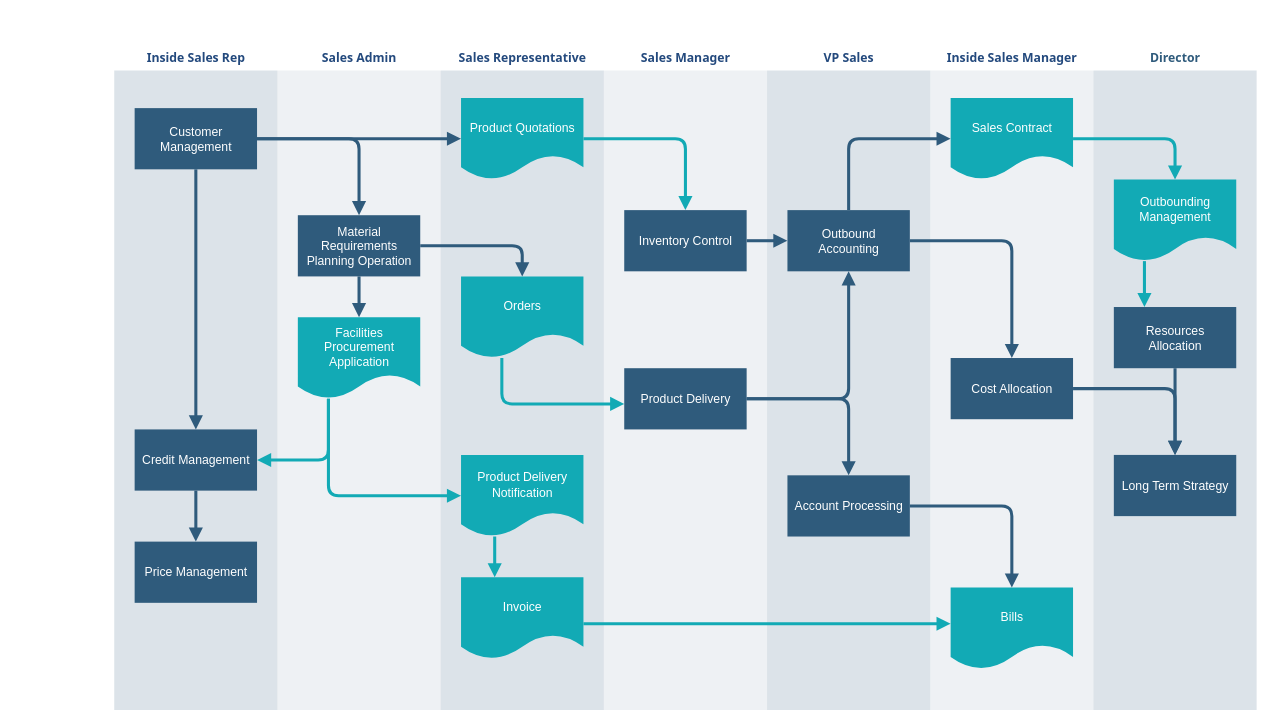
Above: Fluxograma para o desenvolvimentoda formação  .drawio in RosianeSangali/RosianeSangali (draw.io), before the change. Source tidied: cells renumbered, new cells numbered last; positions are measured from the earlier drawing's top-left corner, leaving out a move shared by most shapes. Both pictures are drawn from the tidied source at 102%, with x=0, y=0 at pixel (113, 46). Pictures stored in the file or linked from it are replaced by grey dashed boxes.
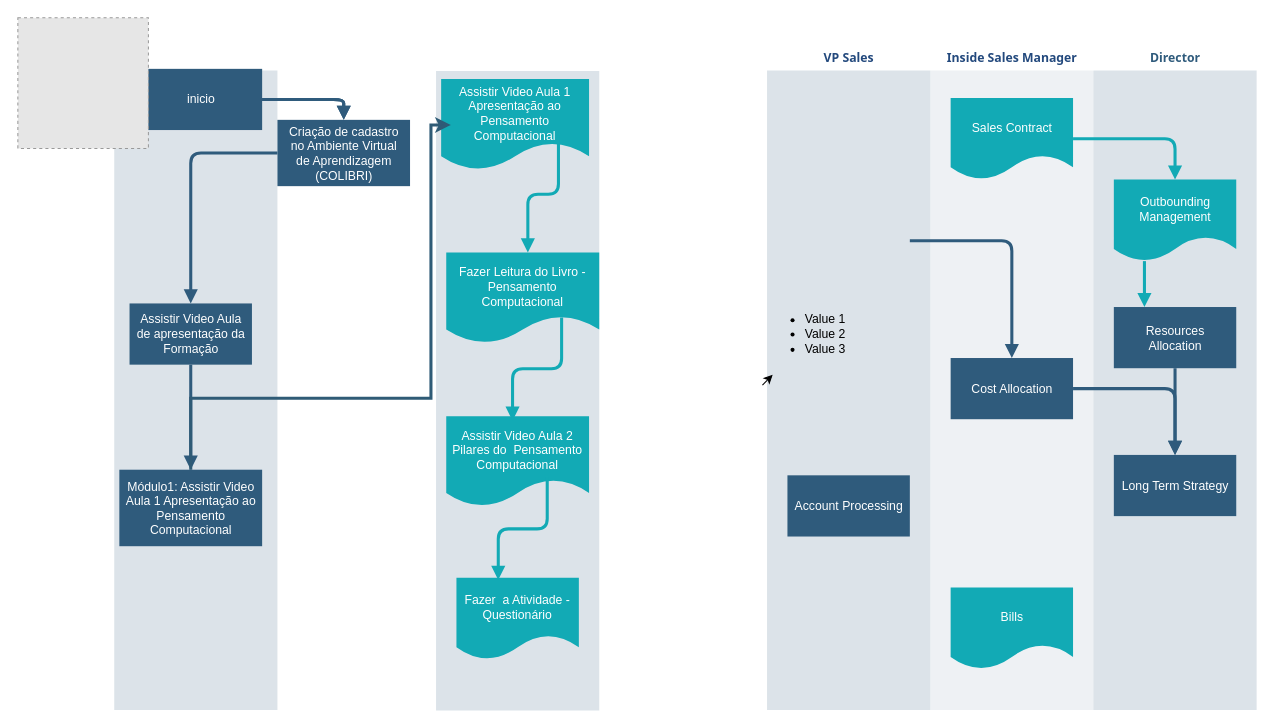
After the change.

The change refers to these unchanged cells:
```xml
<mxCell id="9" value="Sales Contract" style="shape=document;whiteSpace=wrap;verticalAlign=middle;strokeColor=none;fillColor=#12aab5;shadow=0;fontColor=#FFFFFF;fontFamily=Helvetica;fontStyle=0;html=1;fontSize=12;spacing=6;spacingBottom=22;" parent="8" vertex="1">
  <mxGeometry x="20" y="50" width="120" height="80" as="geometry" />
</mxCell>
<mxCell id="10" value="Bills" style="shape=document;whiteSpace=wrap;verticalAlign=middle;strokeColor=none;fillColor=#12aab5;shadow=0;fontColor=#FFFFFF;fontFamily=Helvetica;fontStyle=0;html=1;fontSize=12;spacing=6;spacingBottom=22;" parent="8" vertex="1">
  <mxGeometry x="20" y="530" width="120" height="80" as="geometry" />
</mxCell>
<mxCell id="11" value="Cost Allocation" style="whiteSpace=wrap;strokeColor=none;fillColor=#2f5b7c;shadow=0;fontColor=#FFFFFF;fontFamily=Helvetica;fontStyle=0;html=1;fontSize=12;spacing=6;verticalAlign=middle;" parent="8" vertex="1">
  <mxGeometry x="20" y="305" width="120" height="60" as="geometry" />
</mxCell>
<mxCell id="12" value="&lt;font color=&quot;#23497d&quot;&gt;VP Sales&lt;/font&gt;" style="swimlane;whiteSpace=wrap;fillColor=none;swimlaneFillColor=#BAC8D3;fontColor=#2F5B7C;fontFamily=Tahoma;html=1;strokeColor=none;opacity=50;" parent="1" vertex="1">
  <mxGeometry x="640.5" y="0.5" width="160" height="650" as="geometry" />
</mxCell>
<mxCell id="14" value="Account Processing" style="whiteSpace=wrap;strokeColor=none;fillColor=#2f5b7c;shadow=0;fontColor=#FFFFFF;fontFamily=Helvetica;fontStyle=0;html=1;fontSize=12;spacing=6;verticalAlign=middle;" parent="12" vertex="1">
  <mxGeometry x="20" y="420" width="120" height="60" as="geometry" />
</mxCell>
```

What changed in the source:
```diff
@@
-    <mxCell id="2" value="&lt;font color=&quot;#23497d&quot;&gt;Inside Sales Rep&lt;/font&gt;" style="swimlane;whiteSpace=wrap;fillColor=none;swimlaneFillColor=#BAC8D3;fontColor=#2F5B7C;fontFamily=Tahoma;html=1;strokeColor=none;opacity=50;" parent="1" vertex="1">
+    <mxCell id="2" style="swimlane;whiteSpace=wrap;fillColor=none;swimlaneFillColor=#BAC8D3;fontColor=#2F5B7C;fontFamily=Tahoma;html=1;strokeColor=none;opacity=50;startSize=23;" parent="1" vertex="1">
       <mxGeometry x="0.5" y="0.5" width="160" height="650" as="geometry" />
     </mxCell>
-    <mxCell id="3" value="Customer Management" style="whiteSpace=wrap;shadow=0;fontColor=#FFFFFF;fontFamily=Helvetica;fontStyle=0;html=1;fontSize=12;plain-purple;strokeColor=none;fillColor=#2f5b7c;gradientColor=none;spacing=6;verticalAlign=middle;" parent="2" vertex="1">
-      <mxGeometry x="20" y="60" width="120" height="60" as="geometry" />
+    <mxCell id="3" value="inicio" style="whiteSpace=wrap;shadow=0;fontColor=#FFFFFF;fontFamily=Helvetica;fontStyle=0;html=1;fontSize=12;plain-purple;strokeColor=none;fillColor=#2f5b7c;gradientColor=none;spacing=6;verticalAlign=middle;" parent="2" vertex="1">
+      <mxGeometry x="25" y="21.5" width="120" height="60" as="geometry" />
     </mxCell>
-    <mxCell id="4" value="Credit Management" style="whiteSpace=wrap;strokeColor=none;fillColor=#2f5b7c;shadow=0;fontColor=#FFFFFF;fontFamily=Helvetica;fontStyle=0;html=1;fontSize=12;spacing=6;verticalAlign=middle;" parent="2" vertex="1">
-      <mxGeometry x="20" y="375" width="120" height="60" as="geometry" />
+    <mxCell id="4" value="Assistir Video Aula de apresentação da Formação" style="whiteSpace=wrap;strokeColor=none;fillColor=#2f5b7c;shadow=0;fontColor=#FFFFFF;fontFamily=Helvetica;fontStyle=0;html=1;fontSize=12;spacing=6;verticalAlign=middle;" parent="2" vertex="1">
+      <mxGeometry x="15" y="251.5" width="120" height="60" as="geometry" />
     </mxCell>
-    <mxCell id="5" value="Price Management" style="whiteSpace=wrap;strokeColor=none;fillColor=#2f5b7c;shadow=0;fontColor=#FFFFFF;fontFamily=Helvetica;fontStyle=0;html=1;fontSize=12;spacing=6;verticalAlign=middle;" parent="2" vertex="1">
-      <mxGeometry x="20" y="485" width="120" height="60" as="geometry" />
+    <mxCell id="5" value="Módulo1: Assistir Video Aula 1 Apresentação ao Pensamento Computacional" style="whiteSpace=wrap;strokeColor=none;fillColor=#2f5b7c;shadow=0;fontColor=#FFFFFF;fontFamily=Helvetica;fontStyle=0;html=1;fontSize=12;spacing=6;verticalAlign=middle;" parent="2" vertex="1">
+      <mxGeometry x="5" y="414.5" width="140" height="75" as="geometry" />
     </mxCell>
@@
-    <mxCell id="7" style="edgeStyle=segmentEdgeStyle;strokeColor=#2F5B7C;strokeWidth=3;html=1;endArrow=block;endFill=1;" parent="2" edge="1" source="3" target="4">
-      <mxGeometry relative="1" as="geometry" />
-    </mxCell>
@@
-    <mxCell id="13" value="Outbound Accounting" style="whiteSpace=wrap;fillColor=#2f5b7c;strokeColor=none;shadow=0;fontColor=#FFFFFF;fontFamily=Helvetica;fontStyle=0;html=1;fontSize=12;spacing=6;verticalAlign=middle;" parent="12" vertex="1">
-      <mxGeometry x="20" y="160" width="120" height="60" as="geometry" />
-    </mxCell>
@@
-    <mxCell id="15" value="&lt;font color=&quot;#23497d&quot;&gt;Sales Admin&lt;/font&gt;" style="swimlane;whiteSpace=wrap;fillColor=none;swimlaneFillColor=#BAC8D3;fontColor=#2F5B7C;fontFamily=Tahoma;html=1;strokeColor=none;opacity=25;" parent="1" vertex="1">
-      <mxGeometry x="160.5" y="0.5" width="160" height="650" as="geometry" />
-    </mxCell>
-    <mxCell id="16" value="Material Requirements Planning Operation" style="whiteSpace=wrap;shadow=0;fontColor=#FFFFFF;fontFamily=Helvetica;fontStyle=0;html=1;fontSize=12;plain-purple;strokeColor=none;fillColor=#2f5b7c;gradientColor=none;spacing=6;verticalAlign=middle;" parent="15" vertex="1">
-      <mxGeometry x="20" y="165" width="120" height="60" as="geometry" />
-    </mxCell>
-    <mxCell id="17" value="&lt;font color=&quot;#ffffff&quot;&gt;Facilities Procurement&lt;br&gt;Application&lt;/font&gt;&lt;br&gt; " style="shape=document;whiteSpace=wrap;verticalAlign=middle;strokeColor=none;fillColor=#12aab5;shadow=0;fontColor=#FFFFFF;fontFamily=Helvetica;fontStyle=0;html=1;fontSize=12;spacing=6;spacingBottom=22;" parent="15" vertex="1">
-      <mxGeometry x="20" y="265" width="120" height="80" as="geometry" />
-    </mxCell>
-    <mxCell id="18" style="edgeStyle=segmentEdgeStyle;strokeColor=#2F5B7C;strokeWidth=3;html=1;endArrow=block;endFill=1;" parent="15" edge="1" source="16" target="17">
-      <mxGeometry relative="1" as="geometry" />
-    </mxCell>
-    <mxCell id="19" value="&lt;font color=&quot;#23497d&quot;&gt;Sales Representative&lt;/font&gt;" style="swimlane;whiteSpace=wrap;fillColor=none;swimlaneFillColor=#BAC8D3;fontColor=#2F5B7C;fontFamily=Tahoma;html=1;strokeColor=none;opacity=50;" parent="1" vertex="1">
-      <mxGeometry x="320.5" y="0.5" width="160" height="650" as="geometry" />
+    <mxCell id="19" style="swimlane;whiteSpace=wrap;fillColor=none;swimlaneFillColor=#BAC8D3;fontColor=#2F5B7C;fontFamily=Tahoma;html=1;strokeColor=none;opacity=50;" parent="1" vertex="1">
+      <mxGeometry x="316" y="1" width="160" height="650" as="geometry" />
     </mxCell>
-    <mxCell id="20" value="Product Quotations" style="shape=document;whiteSpace=wrap;verticalAlign=middle;strokeColor=none;fillColor=#12aab5;shadow=0;fontColor=#FFFFFF;fontFamily=Helvetica;fontStyle=0;html=1;fontSize=12;spacing=6;spacingBottom=22;" parent="19" vertex="1">
-      <mxGeometry x="20" y="50" width="120" height="80" as="geometry" />
+    <mxCell id="20" value="Assistir Video Aula 1 Apresentação ao Pensamento Computacional" style="shape=document;whiteSpace=wrap;verticalAlign=middle;strokeColor=none;fillColor=#12aab5;shadow=0;fontColor=#FFFFFF;fontFamily=Helvetica;fontStyle=0;html=1;fontSize=12;spacing=6;spacingBottom=22;" parent="19" vertex="1">
+      <mxGeometry x="5" y="31" width="145" height="89" as="geometry" />
     </mxCell>
-    <mxCell id="21" value="Orders" style="shape=document;whiteSpace=wrap;verticalAlign=middle;strokeColor=none;fillColor=#12aab5;shadow=0;fontColor=#FFFFFF;fontFamily=Helvetica;fontStyle=0;html=1;fontSize=12;spacing=6;spacingBottom=22;" parent="19" vertex="1">
-      <mxGeometry x="20" y="225" width="120" height="80" as="geometry" />
+    <mxCell id="21" value="Fazer Leitura do Livro -Pensamento Computacional" style="shape=document;whiteSpace=wrap;verticalAlign=middle;strokeColor=none;fillColor=#12aab5;shadow=0;fontColor=#FFFFFF;fontFamily=Helvetica;fontStyle=0;html=1;fontSize=12;spacing=6;spacingBottom=22;" parent="19" vertex="1">
+      <mxGeometry x="10" y="201" width="150" height="89" as="geometry" />
     </mxCell>
-    <mxCell id="22" value="Product Delivery Notification" style="shape=document;whiteSpace=wrap;strokeColor=none;fillColor=#12aab5;shadow=0;fontColor=#FFFFFF;fontFamily=Helvetica;fontStyle=0;html=1;fontSize=12;verticalAlign=middle;spacing=6;spacingBottom=22;" parent="19" vertex="1">
-      <mxGeometry x="20" y="400" width="120" height="80" as="geometry" />
+    <mxCell id="22" value="Assistir Video Aula 2 Pilares do&amp;nbsp; Pensamento Computacional" style="shape=document;whiteSpace=wrap;strokeColor=none;fillColor=#12aab5;shadow=0;fontColor=#FFFFFF;fontFamily=Helvetica;fontStyle=0;html=1;fontSize=12;verticalAlign=middle;spacing=6;spacingBottom=22;" parent="19" vertex="1">
+      <mxGeometry x="10" y="361.5" width="140" height="88.5" as="geometry" />
     </mxCell>
-    <mxCell id="23" value="Invoice" style="shape=document;whiteSpace=wrap;verticalAlign=middle;strokeColor=none;fillColor=#12aab5;shadow=0;fontColor=#FFFFFF;fontFamily=Helvetica;fontStyle=0;html=1;fontSize=12;spacing=6;spacingBottom=22;" parent="19" vertex="1">
+    <mxCell id="23" value="Fazer&amp;nbsp; a Atividade -Questionário" style="shape=document;whiteSpace=wrap;verticalAlign=middle;strokeColor=none;fillColor=#12aab5;shadow=0;fontColor=#FFFFFF;fontFamily=Helvetica;fontStyle=0;html=1;fontSize=12;spacing=6;spacingBottom=22;" parent="19" vertex="1">
       <mxGeometry x="20" y="520" width="120" height="80" as="geometry" />
     </mxCell>
-    <mxCell id="24" style="edgeStyle=segmentEdgeStyle;strokeColor=#12AAB5;strokeWidth=3;html=1;endArrow=block;endFill=1;" parent="19" edge="1" source="22" target="23">
-      <mxGeometry relative="1" as="geometry">
-        <Array as="points">
-          <mxPoint x="53" y="501" />
-          <mxPoint x="53" y="501" />
-        </Array>
-      </mxGeometry>
-    </mxCell>
-    <mxCell id="25" value="&lt;font color=&quot;#23497d&quot;&gt;Sales Manager&lt;/font&gt;" style="swimlane;whiteSpace=wrap;fillColor=none;swimlaneFillColor=#BAC8D3;fontColor=#2F5B7C;fontFamily=Tahoma;html=1;strokeColor=none;opacity=25;" parent="1" vertex="1">
-      <mxGeometry x="480.5" y="0.5" width="160" height="650" as="geometry" />
-    </mxCell>
-    <mxCell id="26" value="Inventory Control" style="whiteSpace=wrap;strokeColor=none;fillColor=#2f5b7c;shadow=0;fontColor=#FFFFFF;fontFamily=Helvetica;fontStyle=0;html=1;fontSize=12;spacing=6;verticalAlign=middle;" parent="25" vertex="1">
-      <mxGeometry x="20" y="160" width="120" height="60" as="geometry" />
-    </mxCell>
-    <mxCell id="27" value="Product Delivery" style="whiteSpace=wrap;strokeColor=none;fillColor=#2f5b7c;shadow=0;fontColor=#FFFFFF;fontFamily=Helvetica;fontStyle=0;html=1;fontSize=12;spacing=6;verticalAlign=middle;" parent="25" vertex="1">
-      <mxGeometry x="20" y="315" width="120" height="60" as="geometry" />
-    </mxCell>
+    <mxCell id="50" style="edgeStyle=elbowEdgeStyle;elbow=vertical;strokeColor=#12AAB5;strokeWidth=3;html=1;endArrow=block;endFill=1;exitX=0.754;exitY=0.717;exitDx=0;exitDy=0;exitPerimeter=0;" parent="19" edge="1" source="21">
+      <mxGeometry x="144.5" y="534.5" as="geometry">
+        <mxPoint x="75" y="366" as="targetPoint" />
+      </mxGeometry>
+    </mxCell>
+    <mxCell id="51" style="edgeStyle=elbowEdgeStyle;elbow=vertical;strokeColor=#12AAB5;strokeWidth=3;html=1;endArrow=block;endFill=1;" parent="19" edge="1">
+      <mxGeometry x="144.5" y="534.5" as="geometry">
+        <mxPoint x="120" y="86" as="sourcePoint" />
+        <mxPoint x="90" y="201" as="targetPoint" />
+      </mxGeometry>
+    </mxCell>
+    <mxCell id="52" style="edgeStyle=elbowEdgeStyle;elbow=vertical;strokeColor=#12AAB5;strokeWidth=3;html=1;endArrow=block;endFill=1;exitX=0.754;exitY=0.717;exitDx=0;exitDy=0;exitPerimeter=0;" parent="19" edge="1">
+      <mxGeometry x="-195.5" y="445.5" as="geometry">
+        <mxPoint x="109" y="421" as="sourcePoint" />
+        <mxPoint x="61" y="522" as="targetPoint" />
+      </mxGeometry>
+    </mxCell>
@@
-    <mxCell id="34" style="edgeStyle=segmentEdgeStyle;strokeColor=#2F5B7C;strokeWidth=3;html=1;endArrow=block;endFill=1;" parent="1" edge="1" source="3" target="16">
-      <mxGeometry x="164.5" y="178.5" as="geometry" />
-    </mxCell>
-    <mxCell id="35" style="edgeStyle=segmentEdgeStyle;strokeColor=#12AAB5;strokeWidth=3;html=1;endArrow=block;endFill=1;" parent="1" edge="1" source="17" target="4">
-      <mxGeometry x="164.5" y="433.5" as="geometry">
-        <Array as="points">
-          <mxPoint x="210.5" y="405.5" />
-        </Array>
-      </mxGeometry>
-    </mxCell>
-    <mxCell id="36" style="edgeStyle=segmentEdgeStyle;strokeColor=#2F5B7C;strokeWidth=3;html=1;endArrow=block;endFill=1;" parent="1" edge="1" source="3" target="20">
-      <mxGeometry x="164.5" y="178.5" as="geometry" />
-    </mxCell>
-    <mxCell id="37" style="edgeStyle=segmentEdgeStyle;strokeColor=#12AAB5;strokeWidth=3;html=1;endArrow=block;endFill=1;" parent="1" edge="1" source="17" target="22">
-      <mxGeometry x="234.5" y="433.5" as="geometry">
-        <Array as="points">
-          <mxPoint x="210.5" y="440.5" />
-        </Array>
-      </mxGeometry>
-    </mxCell>
-    <mxCell id="38" style="edgeStyle=elbowEdgeStyle;elbow=vertical;strokeColor=#12AAB5;strokeWidth=3;html=1;endArrow=block;endFill=1;" parent="1" edge="1" source="23" target="10">
-      <mxGeometry x="484.5" y="623.5" as="geometry" />
-    </mxCell>
-    <mxCell id="39" style="edgeStyle=segmentEdgeStyle;strokeColor=#2F5B7C;strokeWidth=3;html=1;endArrow=block;endFill=1;" parent="1" edge="1" source="16" target="21">
-      <mxGeometry x="324.5" y="283.5" as="geometry" />
-    </mxCell>
-    <mxCell id="40" style="edgeStyle=segmentEdgeStyle;strokeColor=#12AAB5;strokeWidth=3;html=1;endArrow=block;endFill=1;" parent="1" edge="1" source="20" target="26">
-      <mxGeometry x="484.5" y="178.5" as="geometry" />
-    </mxCell>
-    <mxCell id="41" style="edgeStyle=none;strokeColor=#2F5B7C;strokeWidth=3;html=1;endArrow=block;endFill=1;" parent="1" edge="1" source="26" target="13">
-      <mxGeometry x="644.5" y="278.5" as="geometry" />
-    </mxCell>
-    <mxCell id="42" style="edgeStyle=segmentEdgeStyle;strokeColor=#12AAB5;strokeWidth=3;html=1;endArrow=block;endFill=1;" parent="1" edge="1" source="21" target="27">
-      <mxGeometry x="404.5" y="393.5" as="geometry">
-        <Array as="points">
-          <mxPoint x="380.5" y="350.5" />
-        </Array>
-      </mxGeometry>
-    </mxCell>
-    <mxCell id="43" style="edgeStyle=segmentEdgeStyle;strokeColor=#2F5B7C;strokeWidth=3;html=1;endArrow=block;endFill=1;" parent="1" edge="1" source="27" target="13">
-      <mxGeometry x="644.5" y="308.5" as="geometry" />
-    </mxCell>
-    <mxCell id="44" style="edgeStyle=segmentEdgeStyle;strokeColor=#2F5B7C;strokeWidth=3;html=1;endArrow=block;endFill=1;" parent="1" edge="1" source="27" target="14">
-      <mxGeometry x="644.5" y="433.5" as="geometry" />
-    </mxCell>
-    <mxCell id="45" style="edgeStyle=segmentEdgeStyle;strokeColor=#2F5B7C;strokeWidth=3;html=1;endArrow=block;endFill=1;" parent="1" edge="1" source="13" target="9">
-      <mxGeometry x="744.5" y="178.5" as="geometry">
-        <Array as="points">
-          <mxPoint x="720.5" y="90.5" />
-        </Array>
-      </mxGeometry>
-    </mxCell>
-    <mxCell id="46" style="edgeStyle=segmentEdgeStyle;strokeColor=#2F5B7C;strokeWidth=3;html=1;endArrow=block;endFill=1;" parent="1" edge="1" source="13" target="11">
-      <mxGeometry x="804.5" y="278.5" as="geometry" />
+    <mxCell id="46" style="edgeStyle=segmentEdgeStyle;strokeColor=#2F5B7C;strokeWidth=3;html=1;endArrow=block;endFill=1;" parent="1" edge="1" target="11">
+      <mxGeometry x="804.5" y="278.5" as="geometry">
+        <mxPoint x="780.5" y="190.5" as="sourcePoint" />
+      </mxGeometry>
     </mxCell>
-    <mxCell id="47" style="edgeStyle=segmentEdgeStyle;strokeColor=#2F5B7C;strokeWidth=3;html=1;endArrow=block;endFill=1;" parent="1" edge="1" source="14" target="10">
-      <mxGeometry x="804.5" y="538.5" as="geometry" />
-    </mxCell>
@@
+    <mxCell id="53" style="fillColor=#E6E6E6;strokeColor=#999999;dashed=1;verticalLabelPosition=bottom;labelBackgroundColor=default;verticalAlign=top;" parent="1" vertex="1">
+      <mxGeometry x="-94" y="-28" width="128" height="128" as="geometry" />
+    </mxCell>
+    <mxCell id="16" value="Criação de cadastro no Ambiente Virtual de Aprendizagem (COLIBRI)" style="whiteSpace=wrap;shadow=0;fontColor=#FFFFFF;fontFamily=Helvetica;fontStyle=0;html=1;fontSize=12;plain-purple;strokeColor=none;fillColor=#2f5b7c;gradientColor=none;spacing=6;verticalAlign=middle;" parent="1" vertex="1">
+      <mxGeometry x="160.5" y="72" width="130" height="65" as="geometry" />
+    </mxCell>
+    <mxCell id="34" style="edgeStyle=segmentEdgeStyle;strokeColor=#2F5B7C;strokeWidth=3;html=1;endArrow=block;endFill=1;" parent="1" edge="1" source="3" target="16">
+      <mxGeometry x="164.5" y="178.5" as="geometry" />
+    </mxCell>
+    <mxCell id="54" style="edgeStyle=segmentEdgeStyle;strokeColor=#2F5B7C;strokeWidth=3;html=1;endArrow=block;endFill=1;" parent="1" edge="1" source="3" target="16">
+      <mxGeometry relative="1" as="geometry" />
+    </mxCell>
+    <mxCell id="7" style="edgeStyle=segmentEdgeStyle;strokeColor=#2F5B7C;strokeWidth=3;html=1;endArrow=block;endFill=1;" parent="1" edge="1" source="16" target="4">
+      <mxGeometry relative="1" as="geometry" />
+    </mxCell>
+    <mxCell id="55" style="endArrow=classic;html=1;rounded=0;" parent="1" edge="1" target="56">
+      <mxGeometry relative="1" as="geometry">
+        <mxPoint x="636" y="332" as="sourcePoint" />
+      </mxGeometry>
+    </mxCell>
+    <mxCell id="56" value="&lt;ul&gt;&lt;li&gt;Value 1&lt;/li&gt;&lt;li&gt;Value 2&lt;/li&gt;&lt;li&gt;Value 3&lt;/li&gt;&lt;/ul&gt;" style="text;strokeColor=none;fillColor=none;html=1;whiteSpace=wrap;verticalAlign=middle;overflow=hidden;strokeWidth=7;" parent="1" vertex="1">
+      <mxGeometry x="636" y="242" width="100" height="80" as="geometry" />
+    </mxCell>
+    <mxCell id="57" style="edgeStyle=orthogonalEdgeStyle;rounded=0;jettySize=auto;html=1;strokeWidth=3;strokeColor=light-dark(#2f5b76, #ededed);" parent="1" edge="1" source="5">
+      <mxGeometry relative="1" as="geometry">
+        <mxPoint x="330.5" y="77" as="targetPoint" />
+        <Array as="points">
+          <mxPoint x="76" y="345" />
+          <mxPoint x="311" y="345" />
+          <mxPoint x="311" y="77" />
+        </Array>
+      </mxGeometry>
+    </mxCell>
```
